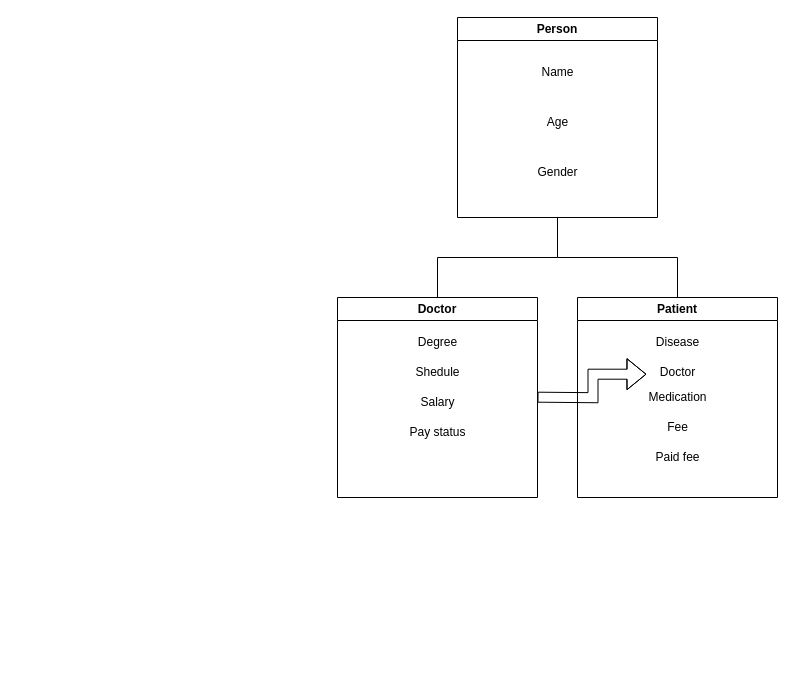
Before: ClassDiagram.drawio in CoffeeCat1920/healthCareSystem, a draw.io diagram. Source tidied: cells renumbered, new cells numbered last; positions are measured from the earlier drawing's top-left corner, leaving out a move shared by most shapes. Both pictures are drawn from the tidied source at 100%, with x=0, y=0 at pixel (337, 17).
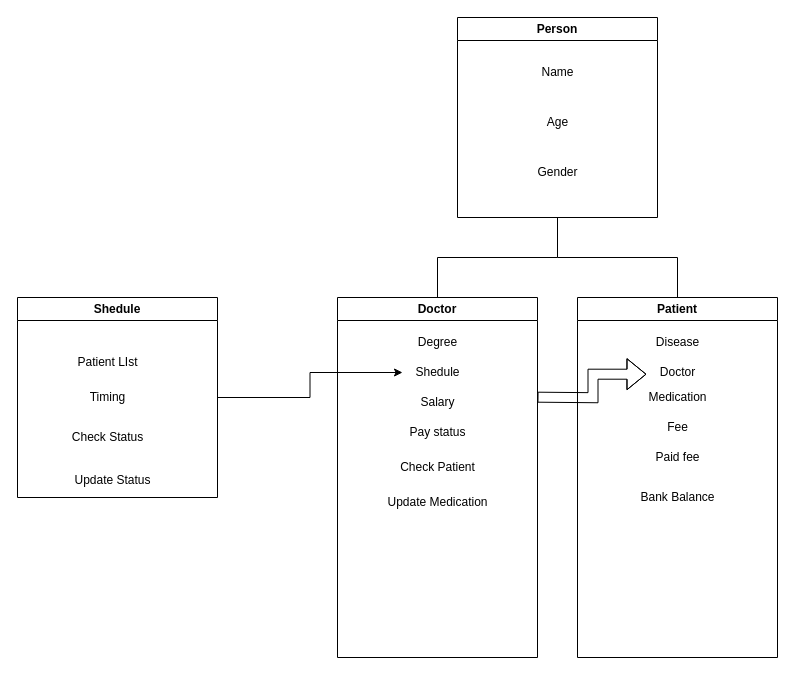
After the change.

Commit message (it also covers changes not shown here):
A few changes to the diagram

The change refers to these unchanged cells:
```xml
<mxCell id="17" value="Shedule" style="text;html=1;align=center;verticalAlign=middle;points=[];strokeColor=none;fillColor=none;" parent="15" vertex="1">
  <mxGeometry x="65" y="60" width="70" height="30" as="geometry" />
</mxCell>
```

Diff of the diagram source:
```diff
@@
     <mxCell id="7" value="Patient" style="swimlane;whiteSpace=wrap;html=1;" parent="1" vertex="1">
-      <mxGeometry x="240" y="280" width="200" height="200" as="geometry" />
+      <mxGeometry x="240" y="280" width="200" height="360" as="geometry" />
     </mxCell>
@@
+    <mxCell id="21" value="Bank Balance" style="text;html=1;align=center;verticalAlign=middle;strokeColor=none;fillColor=none;" parent="7" vertex="1">
+      <mxGeometry x="50" y="185" width="100" height="30" as="geometry" />
+    </mxCell>
@@
     <mxCell id="15" value="Doctor" style="swimlane;whiteSpace=wrap;html=1;" parent="1" vertex="1">
-      <mxGeometry y="280" width="200" height="200" as="geometry" />
+      <mxGeometry y="280" width="200" height="360" as="geometry" />
     </mxCell>
@@
+    <mxCell id="22" value="Check Patient" style="text;html=1;align=center;verticalAlign=middle;strokeColor=none;fillColor=none;" parent="15" vertex="1">
+      <mxGeometry x="50" y="155" width="100" height="30" as="geometry" />
+    </mxCell>
+    <mxCell id="23" value="Update Medication" style="text;html=1;align=center;verticalAlign=middle;strokeColor=none;fillColor=none;" parent="15" vertex="1">
+      <mxGeometry x="40" y="190" width="120" height="30" as="geometry" />
+    </mxCell>
@@
+    <mxCell id="24" style="edgeStyle=orthogonalEdgeStyle;rounded=0;jettySize=auto;html=1;" parent="1" edge="1" source="25" target="17">
+      <mxGeometry relative="1" as="geometry" />
+    </mxCell>
+    <mxCell id="25" value="Shedule" style="swimlane;whiteSpace=wrap;html=1;" parent="1" vertex="1">
+      <mxGeometry x="-320" y="280" width="200" height="200" as="geometry" />
+    </mxCell>
+    <mxCell id="26" value="Patient LIst" style="text;html=1;align=center;verticalAlign=middle;strokeColor=none;fillColor=none;" parent="25" vertex="1">
+      <mxGeometry x="50" y="50" width="80" height="30" as="geometry" />
+    </mxCell>
+    <mxCell id="27" value="Check Status" style="text;html=1;align=center;verticalAlign=middle;strokeColor=none;fillColor=none;" parent="25" vertex="1">
+      <mxGeometry x="45" y="125" width="90" height="30" as="geometry" />
+    </mxCell>
+    <mxCell id="28" value="Timing" style="text;html=1;align=center;verticalAlign=middle;strokeColor=none;fillColor=none;" parent="25" vertex="1">
+      <mxGeometry x="60" y="85" width="60" height="30" as="geometry" />
+    </mxCell>
+    <mxCell id="29" value="Update Status" style="text;html=1;align=center;verticalAlign=middle;strokeColor=none;fillColor=none;" parent="25" vertex="1">
+      <mxGeometry x="45" y="168" width="100" height="30" as="geometry" />
+    </mxCell>
```
